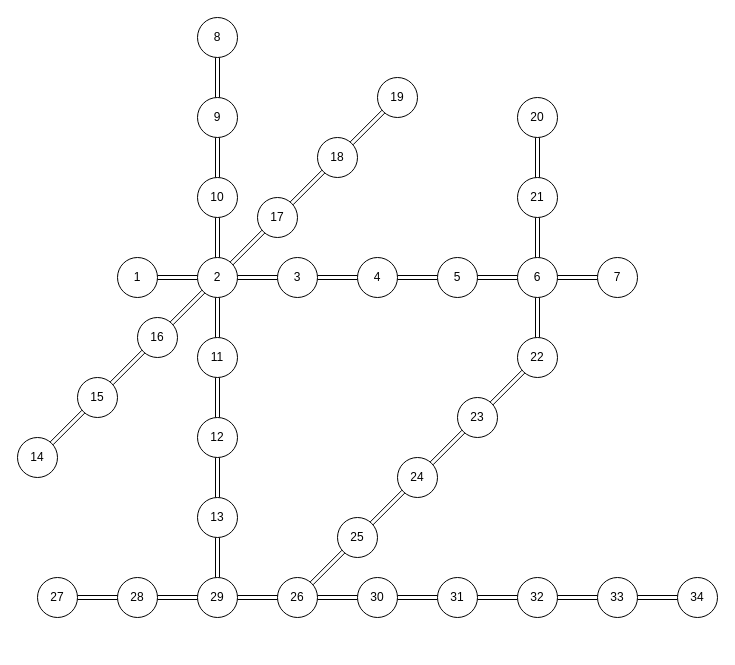
Before: docs/stations.drawio in HolmesAmzish/ZhenJiangBusTransferSystem, a draw.io diagram. Source tidied: cells renumbered, new cells numbered last; positions are measured from the earlier drawing's top-left corner, leaving out a move shared by most shapes. Both pictures are drawn from the tidied source at 100%, with x=0, y=0 at pixel (17, 17).
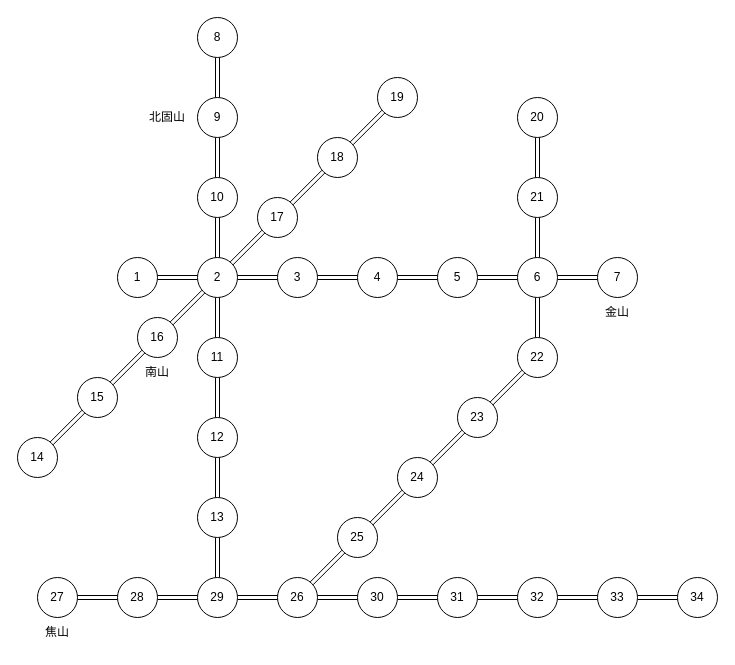
Above is the later version.

What changed in the source:
```diff
@@
+    <mxCell id="71" value="金山" style="text;html=1;strokeColor=none;fillColor=none;align=center;verticalAlign=middle;whiteSpace=wrap;rounded=0;" parent="1" vertex="1">
+      <mxGeometry x="570" y="280" width="60" height="30" as="geometry" />
+    </mxCell>
+    <mxCell id="72" value="焦山" style="text;html=1;strokeColor=none;fillColor=none;align=center;verticalAlign=middle;whiteSpace=wrap;rounded=0;" parent="1" vertex="1">
+      <mxGeometry x="10" y="600" width="60" height="30" as="geometry" />
+    </mxCell>
+    <mxCell id="73" value="北固山" style="text;html=1;strokeColor=none;fillColor=none;align=center;verticalAlign=middle;whiteSpace=wrap;rounded=0;" parent="1" vertex="1">
+      <mxGeometry x="120" y="85" width="60" height="30" as="geometry" />
+    </mxCell>
+    <mxCell id="74" value="南山" style="text;html=1;strokeColor=none;fillColor=none;align=center;verticalAlign=middle;whiteSpace=wrap;rounded=0;" parent="1" vertex="1">
+      <mxGeometry x="110" y="340" width="60" height="30" as="geometry" />
+    </mxCell>
```
